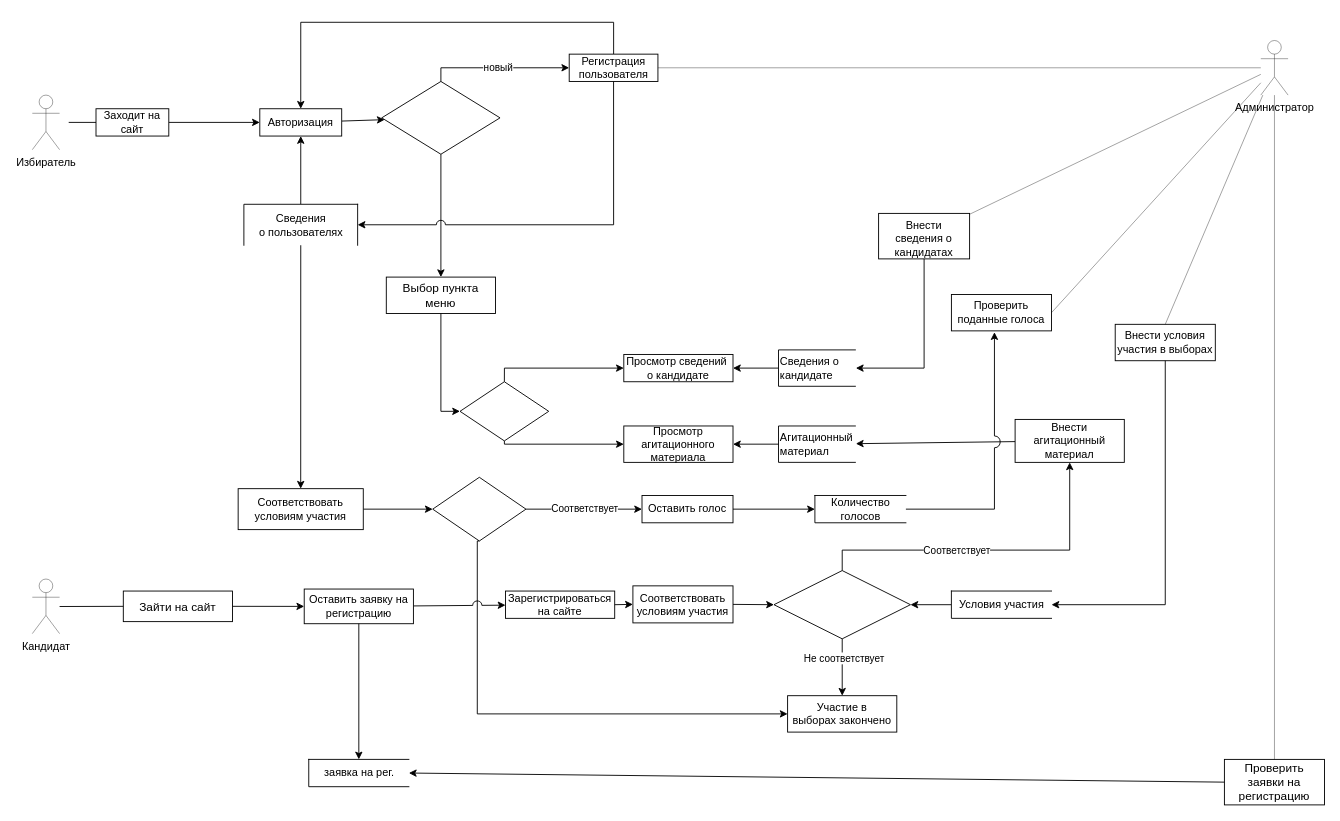
This is DFD Diagram v.2.0 .drawio from aleksey899/Inter.MixAN, a draw.io file, before an edit. Source tidied: cells renumbered, new cells numbered last; positions are measured from the earlier drawing's top-left corner, leaving out a move shared by most shapes. Both pictures are drawn from the tidied source at 91%, with x=0, y=0 at pixel (32, 22).
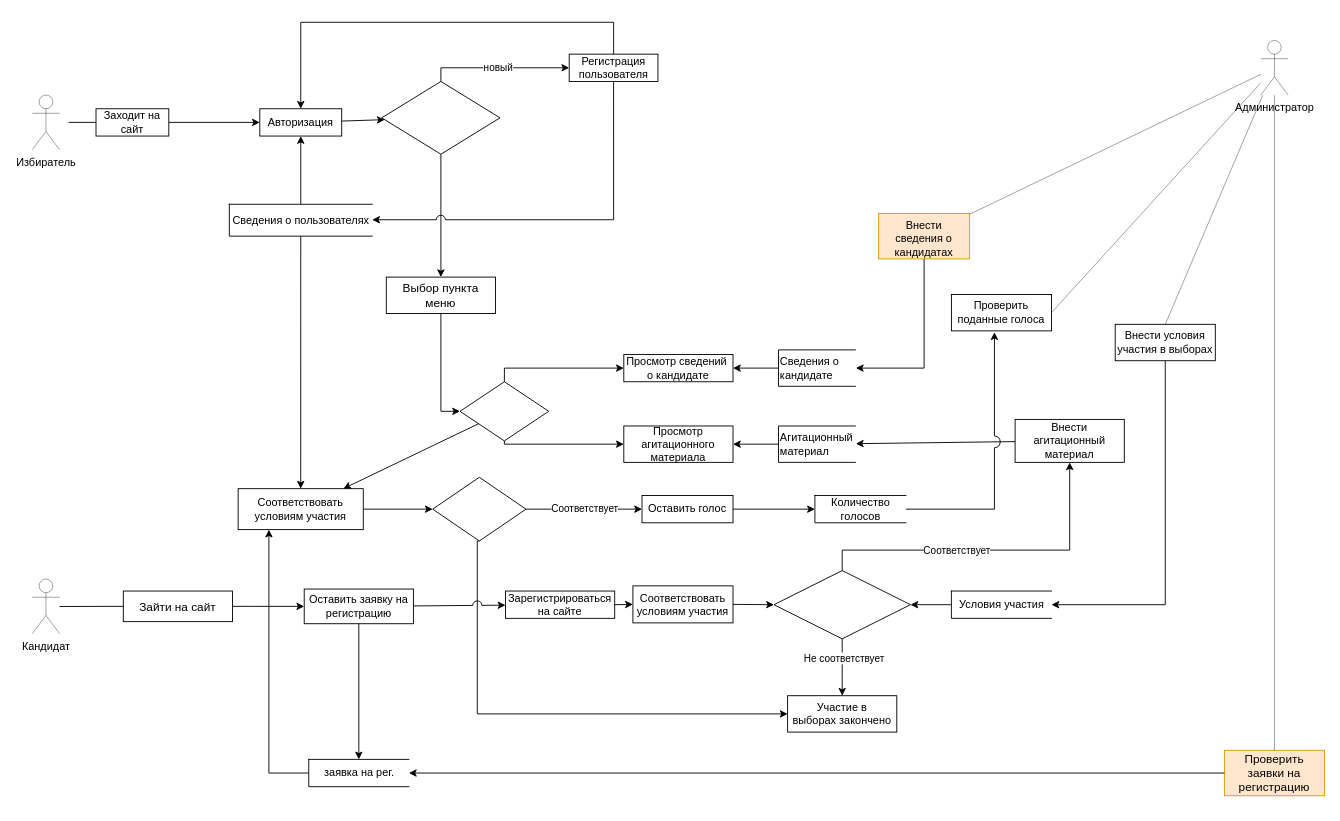
The same page after the edit.

The change refers to these unchanged cells:
```xml
<mxCell id="5" value="Администратор" style="shape=umlActor;verticalLabelPosition=bottom;verticalAlign=top;html=1;outlineConnect=0;hachureGap=4;opacity=40;" parent="1" vertex="1">
  <mxGeometry x="1350" y="20" width="30" height="60" as="geometry" />
</mxCell>
<mxCell id="15" value="&lt;font&gt;Регистрация&lt;br&gt;&lt;/font&gt;&lt;font&gt;пользователя&lt;/font&gt;" style="rounded=0;whiteSpace=wrap;html=1;fontSize=12;strokeWidth=1;" parent="1" vertex="1">
  <mxGeometry x="590" y="35" width="97.5" height="30" as="geometry" />
</mxCell>
<mxCell id="19" style="rhombus;whiteSpace=wrap;html=1;rounded=0;fontSize=11;align=left;strokeWidth=1;" parent="1" vertex="1">
  <mxGeometry x="470" y="395" width="97.5" height="65" as="geometry" />
</mxCell>
<mxCell id="52" value="заявка на рег." style="html=1;dashed=0;whitespace=wrap;shape=partialRectangle;right=0;" parent="1" vertex="1">
  <mxGeometry x="303.8" y="810" width="110" height="30" as="geometry" />
</mxCell>
<mxCell id="69" value="Соответствовать условиям участия" style="rounded=0;whiteSpace=wrap;html=1;fontSize=12;" parent="1" vertex="1">
  <mxGeometry x="226.2" y="512.5" width="137.5" height="45" as="geometry" />
</mxCell>
```

The edit, as a diff of the source:
```diff
@@
-    <mxCell id="16" style="rounded=0;jettySize=auto;html=1;entryX=1;entryY=0.5;entryDx=0;entryDy=0;endFill=0;endArrow=none;opacity=40;" parent="1" edge="1" source="5" target="15">
-      <mxGeometry relative="1" as="geometry" />
-    </mxCell>
@@
-    <mxCell id="36" value="Сведения&lt;br&gt;о&amp;nbsp;&lt;font&gt;пользователях&lt;/font&gt;" style="html=1;dashed=0;whitespace=wrap;shape=partialRectangle;right=0;direction=south;" parent="1" vertex="1">
-      <mxGeometry x="232.5" y="200" width="125" height="45" as="geometry" />
-    </mxCell>
@@
-    <mxCell id="39" value="Внести&lt;br&gt;сведения&amp;nbsp;&lt;font&gt;о кандидатах&lt;/font&gt;" style="whiteSpace=wrap;html=1;verticalAlign=top;hachureGap=4;" parent="1" vertex="1">
+    <mxCell id="39" value="Внести&lt;br&gt;сведения&amp;nbsp;&lt;font&gt;о кандидатах&lt;/font&gt;" style="whiteSpace=wrap;html=1;verticalAlign=top;hachureGap=4;fillColor=#ffe6cc;strokeColor=#d79b00;" parent="1" vertex="1">
       <mxGeometry x="930" y="210" width="100" height="50" as="geometry" />
     </mxCell>
@@
+    <mxCell id="73" style="edgeStyle=orthogonalEdgeStyle;rounded=0;jettySize=auto;html=1;endArrow=classic;endFill=1;" parent="1" edge="1" source="52" target="69">
+      <mxGeometry relative="1" as="geometry">
+        <Array as="points">
+          <mxPoint x="260" y="825" />
+        </Array>
+      </mxGeometry>
+    </mxCell>
@@
+    <mxCell id="74" style="edgeStyle=none;rounded=0;jettySize=auto;html=1;endArrow=classic;endFill=1;" parent="1" edge="1" source="19" target="69">
+      <mxGeometry relative="1" as="geometry" />
+    </mxCell>
@@
-    <mxCell id="62" value="Проверить заявки на регистрацию" style="rounded=0;whiteSpace=wrap;html=1;fontSize=13;" parent="1" vertex="1">
-      <mxGeometry x="1310" y="810" width="110" height="50" as="geometry" />
+    <mxCell id="62" value="Проверить заявки на регистрацию" style="rounded=0;whiteSpace=wrap;html=1;fontSize=13;fillColor=#ffe6cc;strokeColor=#d79b00;" parent="1" vertex="1">
+      <mxGeometry x="1310" y="800" width="110" height="50" as="geometry" />
     </mxCell>
@@
-    <mxCell id="68" style="endArrow=classic;html=1;rounded=0;fontSize=12;strokeWidth=1;jumpStyle=arc;jumpSize=10;edgeStyle=orthogonalEdgeStyle;exitX=0.5;exitY=1;exitDx=0;exitDy=0;entryX=0.5;entryY=0;entryDx=0;entryDy=0;" parent="1" edge="1" source="15" target="36">
-      <mxGeometry relative="1" as="geometry" />
+    <mxCell id="68" style="endArrow=classic;html=1;rounded=0;fontSize=12;strokeWidth=1;jumpStyle=arc;jumpSize=10;edgeStyle=orthogonalEdgeStyle;exitX=0.5;exitY=1;exitDx=0;exitDy=0;" parent="1" edge="1" source="15" target="36">
+      <mxGeometry relative="1" as="geometry">
+        <Array as="points">
+          <mxPoint x="639" y="217" />
+        </Array>
+      </mxGeometry>
     </mxCell>
@@
-    <mxCell id="70" style="endArrow=classic;html=1;rounded=0;fontSize=12;strokeWidth=1;jumpStyle=arc;jumpSize=10;exitX=1;exitY=0.5;exitDx=0;exitDy=0;entryX=0.5;entryY=0;entryDx=0;entryDy=0;" parent="1" edge="1" source="36" target="69">
+    <mxCell id="70" style="endArrow=classic;html=1;rounded=0;fontSize=12;strokeWidth=1;jumpStyle=arc;jumpSize=10;entryX=0.5;entryY=0;entryDx=0;entryDy=0;" parent="1" edge="1" source="36" target="69">
       <mxGeometry relative="1" as="geometry" />
     </mxCell>
@@
+    <mxCell id="36" value="Сведения о пользователях" style="html=1;dashed=0;whitespace=wrap;shape=partialRectangle;right=0;" parent="1" vertex="1">
+      <mxGeometry x="216.5" y="200" width="157" height="35" as="geometry" />
+    </mxCell>
```
